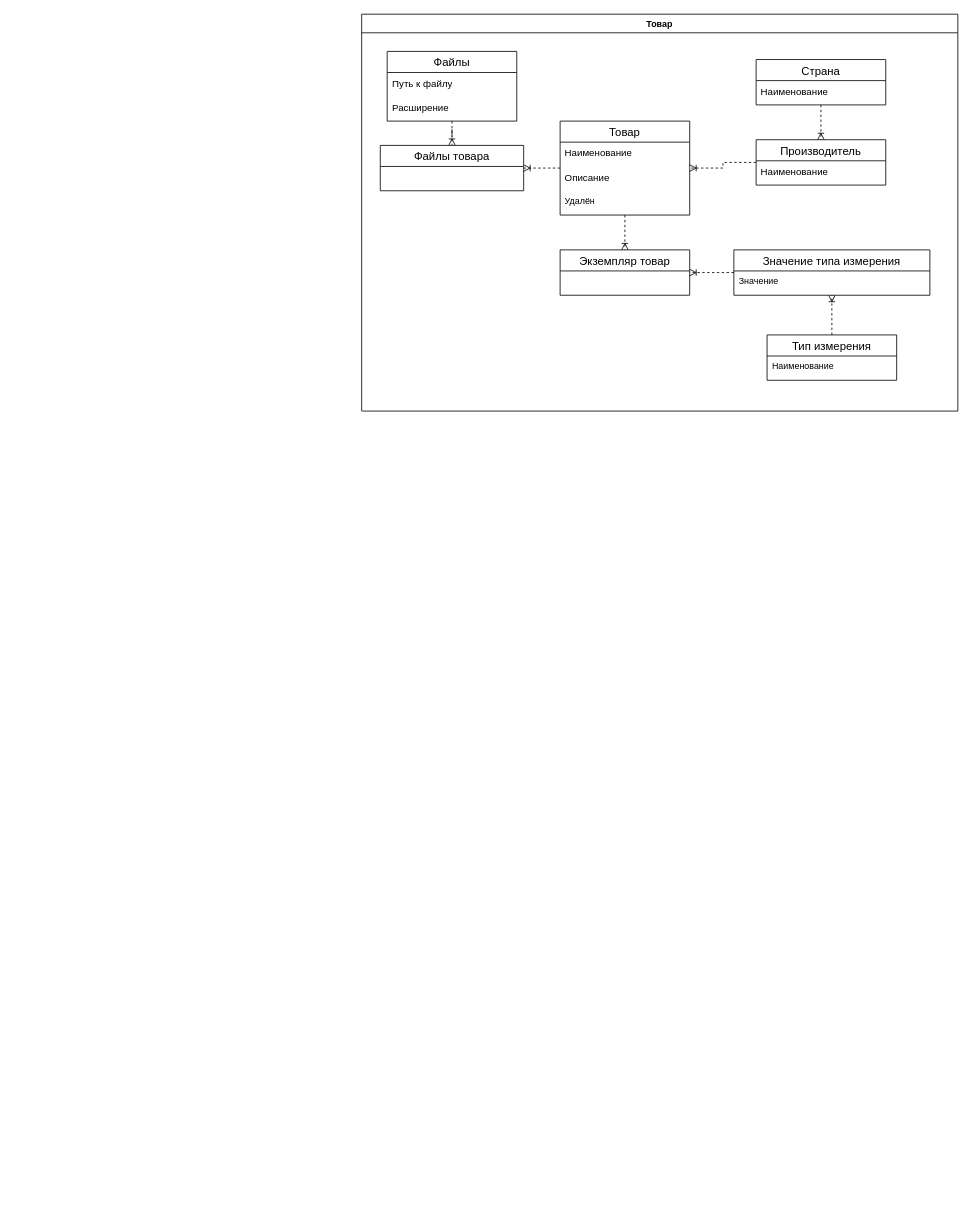
VladZainullin/LiquorStore keeps this draw.io diagram as Информационно-логическая диаграмма базы данных.drawio. Above is the earlier version. Source tidied: cells renumbered, new cells numbered last; positions are measured from the earlier drawing's top-left corner, leaving out a move shared by most shapes. Both pictures are drawn from the tidied source at 81%, with x=0, y=0 at pixel (361, 14).
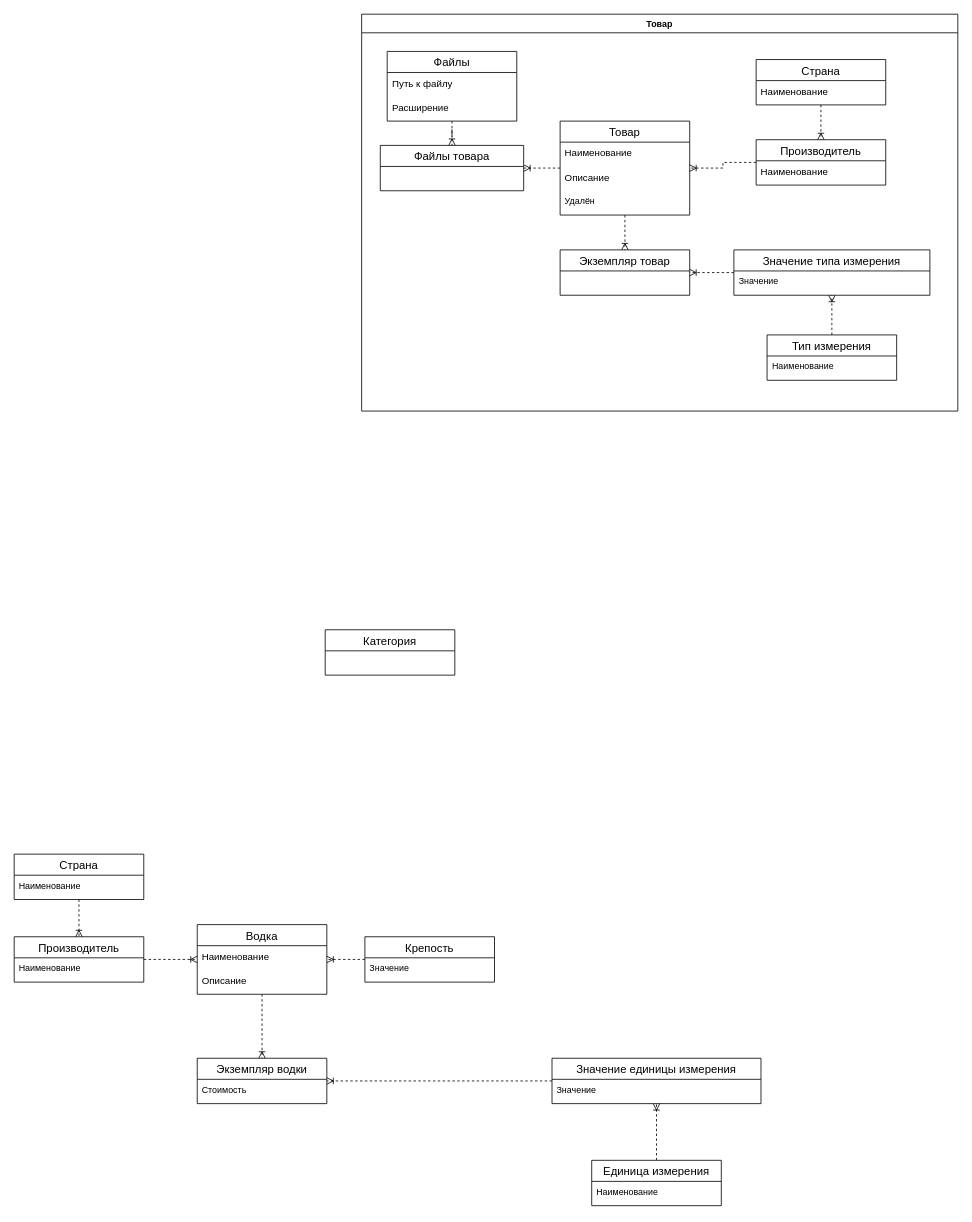
After the change.

Diff of the diagram source:
```diff
@@
+    <mxCell id="27" style="edgeStyle=orthogonalEdgeStyle;rounded=0;jettySize=auto;html=1;endArrow=ERoneToMany;endFill=0;dashed=1;" parent="1" edge="1" source="28" target="31">
+      <mxGeometry relative="1" as="geometry" />
+    </mxCell>
+    <mxCell id="28" value="Водка" style="swimlane;fontStyle=0;horizontal=1;startSize=26;align=center;fontSize=14;" parent="1" vertex="1">
+      <mxGeometry x="-203" y="1124" width="160" height="86" as="geometry" />
+    </mxCell>
+    <mxCell id="29" value="Наименование" style="text;strokeColor=none;fillColor=none;spacingLeft=4;spacingRight=4;overflow=hidden;fontSize=12;whiteSpace=wrap;html=1;" parent="28" vertex="1">
+      <mxGeometry y="26" width="160" height="30" as="geometry" />
+    </mxCell>
+    <mxCell id="30" value="Описание" style="text;strokeColor=none;fillColor=none;spacingLeft=4;spacingRight=4;overflow=hidden;fontSize=12;whiteSpace=wrap;html=1;" parent="28" vertex="1">
+      <mxGeometry y="56" width="160" height="30" as="geometry" />
+    </mxCell>
+    <mxCell id="31" value="Экземпляр водки" style="swimlane;fontStyle=0;horizontal=1;startSize=26;align=center;fontSize=14;" parent="1" vertex="1">
+      <mxGeometry x="-203" y="1289" width="160" height="56" as="geometry" />
+    </mxCell>
+    <mxCell id="32" value="Стоимость" style="text;strokeColor=none;fillColor=none;spacingLeft=4;spacingRight=4;overflow=hidden;fontSize=11;whiteSpace=wrap;html=1;fontFamily=Helvetica;fontColor=default;labelBackgroundColor=default;" parent="31" vertex="1">
+      <mxGeometry y="26" width="160" height="30" as="geometry" />
+    </mxCell>
+    <mxCell id="33" style="edgeStyle=orthogonalEdgeStyle;shape=connector;rounded=0;jettySize=auto;html=1;dashed=1;strokeColor=default;align=center;verticalAlign=middle;fontFamily=Helvetica;fontSize=11;fontColor=default;labelBackgroundColor=default;endArrow=ERoneToMany;endFill=0;" parent="1" edge="1" source="34" target="28">
+      <mxGeometry relative="1" as="geometry" />
+    </mxCell>
+    <mxCell id="34" value="Производитель" style="swimlane;fontStyle=0;horizontal=1;startSize=26;align=center;fontSize=14;fontFamily=Helvetica;fontColor=default;labelBackgroundColor=default;" parent="1" vertex="1">
+      <mxGeometry x="-429" y="1139" width="160" height="56" as="geometry" />
+    </mxCell>
+    <mxCell id="35" value="Наименование" style="text;strokeColor=none;fillColor=none;spacingLeft=4;spacingRight=4;overflow=hidden;fontSize=11;whiteSpace=wrap;html=1;fontFamily=Helvetica;fontColor=default;labelBackgroundColor=default;" parent="34" vertex="1">
+      <mxGeometry y="26" width="160" height="30" as="geometry" />
+    </mxCell>
+    <mxCell id="36" style="edgeStyle=orthogonalEdgeStyle;shape=connector;rounded=0;jettySize=auto;html=1;dashed=1;strokeColor=default;align=center;verticalAlign=middle;fontFamily=Helvetica;fontSize=11;fontColor=default;labelBackgroundColor=default;endArrow=ERoneToMany;endFill=0;" parent="1" edge="1" source="37" target="28">
+      <mxGeometry relative="1" as="geometry" />
+    </mxCell>
+    <mxCell id="37" value="Крепость" style="swimlane;fontStyle=0;horizontal=1;startSize=26;align=center;fontSize=14;fontFamily=Helvetica;fontColor=default;labelBackgroundColor=default;" parent="1" vertex="1">
+      <mxGeometry x="4" y="1139" width="160" height="56" as="geometry" />
+    </mxCell>
+    <mxCell id="38" value="Значение" style="text;strokeColor=none;fillColor=none;spacingLeft=4;spacingRight=4;overflow=hidden;fontSize=11;whiteSpace=wrap;html=1;fontFamily=Helvetica;fontColor=default;labelBackgroundColor=default;" parent="37" vertex="1">
+      <mxGeometry y="26" width="160" height="30" as="geometry" />
+    </mxCell>
+    <mxCell id="39" style="edgeStyle=orthogonalEdgeStyle;shape=connector;rounded=0;jettySize=auto;html=1;dashed=1;strokeColor=default;align=center;verticalAlign=middle;fontFamily=Helvetica;fontSize=11;fontColor=default;labelBackgroundColor=default;endArrow=ERoneToMany;endFill=0;" parent="1" edge="1" source="40" target="31">
+      <mxGeometry relative="1" as="geometry" />
+    </mxCell>
+    <mxCell id="40" value="Значение единицы измерения" style="swimlane;fontStyle=0;horizontal=1;startSize=26;align=center;fontSize=14;fontFamily=Helvetica;fontColor=default;labelBackgroundColor=default;" parent="1" vertex="1">
+      <mxGeometry x="235" y="1289" width="258" height="56" as="geometry" />
+    </mxCell>
+    <mxCell id="41" value="Значение" style="text;strokeColor=none;fillColor=none;spacingLeft=4;spacingRight=4;overflow=hidden;fontSize=11;whiteSpace=wrap;html=1;fontFamily=Helvetica;fontColor=default;labelBackgroundColor=default;" parent="40" vertex="1">
+      <mxGeometry y="26" width="258" height="30" as="geometry" />
+    </mxCell>
+    <mxCell id="42" style="edgeStyle=orthogonalEdgeStyle;shape=connector;rounded=0;jettySize=auto;html=1;dashed=1;strokeColor=default;align=center;verticalAlign=middle;fontFamily=Helvetica;fontSize=11;fontColor=default;labelBackgroundColor=default;endArrow=ERoneToMany;endFill=0;" parent="1" edge="1" source="43" target="40">
+      <mxGeometry relative="1" as="geometry" />
+    </mxCell>
+    <mxCell id="43" value="Единица измерения" style="swimlane;fontStyle=0;horizontal=1;startSize=26;align=center;fontSize=14;fontFamily=Helvetica;fontColor=default;labelBackgroundColor=default;" parent="1" vertex="1">
+      <mxGeometry x="284" y="1415" width="160" height="56" as="geometry" />
+    </mxCell>
+    <mxCell id="44" value="Наименование" style="text;strokeColor=none;fillColor=none;spacingLeft=4;spacingRight=4;overflow=hidden;fontSize=11;whiteSpace=wrap;html=1;fontFamily=Helvetica;fontColor=default;labelBackgroundColor=default;" parent="43" vertex="1">
+      <mxGeometry y="26" width="160" height="30" as="geometry" />
+    </mxCell>
+    <mxCell id="45" style="edgeStyle=orthogonalEdgeStyle;shape=connector;rounded=0;jettySize=auto;html=1;dashed=1;strokeColor=default;align=center;verticalAlign=middle;fontFamily=Helvetica;fontSize=11;fontColor=default;labelBackgroundColor=default;endArrow=ERoneToMany;endFill=0;" parent="1" edge="1" source="46" target="34">
+      <mxGeometry relative="1" as="geometry" />
+    </mxCell>
+    <mxCell id="46" value="Страна" style="swimlane;fontStyle=0;horizontal=1;startSize=26;align=center;fontSize=14;fontFamily=Helvetica;fontColor=default;labelBackgroundColor=default;" parent="1" vertex="1">
+      <mxGeometry x="-429" y="1037" width="160" height="56" as="geometry" />
+    </mxCell>
+    <mxCell id="47" value="Наименование" style="text;strokeColor=none;fillColor=none;spacingLeft=4;spacingRight=4;overflow=hidden;fontSize=11;whiteSpace=wrap;html=1;fontFamily=Helvetica;fontColor=default;labelBackgroundColor=default;" parent="46" vertex="1">
+      <mxGeometry y="26" width="160" height="30" as="geometry" />
+    </mxCell>
+    <mxCell id="48" value="Категория" style="swimlane;fontStyle=0;horizontal=1;startSize=26;align=center;fontSize=14;fontFamily=Helvetica;fontColor=default;labelBackgroundColor=default;" parent="1" vertex="1">
+      <mxGeometry x="-45" y="760" width="160" height="56" as="geometry" />
+    </mxCell>
```
